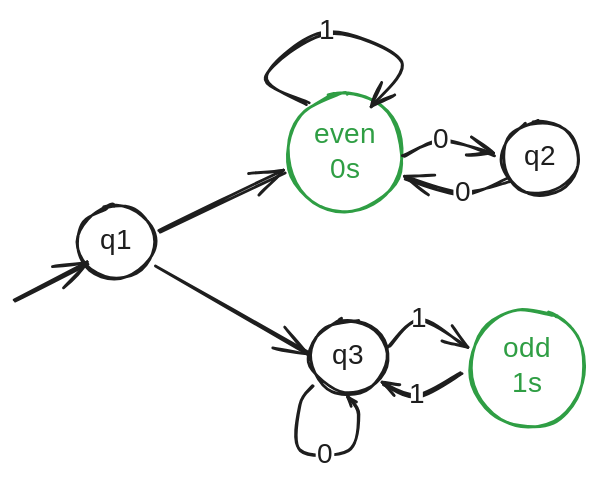
The Excalidraw diagram notes/media/nfa-2.excalidraw.svg in vk-cs-foundations-fall-25/shared-notes, before a commit. Source tidied: one line per element, renumbered; positions are measured from the earlier drawing's top-left corner, leaving out a move shared by most shapes.
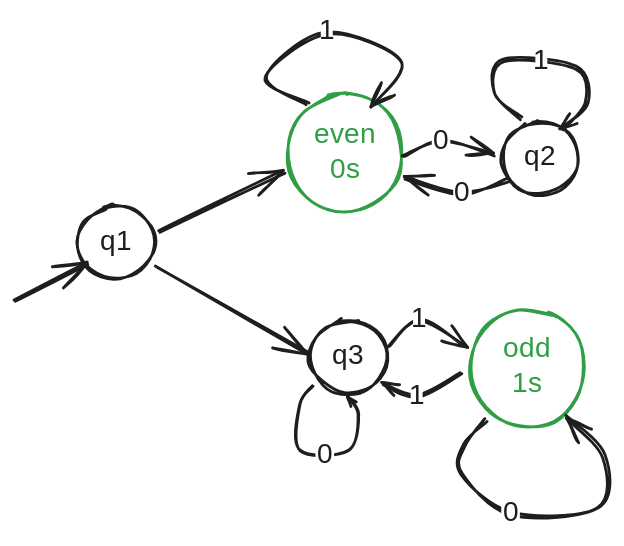
Above is the later version.

Commit message:
Fix bug in an NFA example

What changed in the source:
```diff
@@ -23,3 +23,7 @@
 {"id": 22, "type": "arrow", "strokeColor": "#1e1e1e", "strokeWidth": 2, "roughness": 1, "endArrowhead": "arrow", "round": true, "from": 0, "to": 4, "x": 102, "y": 180, "width": 107, "height": 61, "points": [[0, 0], [107, 61]]}
 {"id": 23, "type": "arrow", "strokeColor": "#1e1e1e", "strokeWidth": 2, "roughness": 1, "endArrowhead": "arrow", "round": true, "from": 4, "to": 4, "x": 214, "y": 265, "width": 42, "height": 46, "points": [[0, 0], [-9, 14], [-9, 46], [26, 46], [33, 21], [26, 8]]}
 {"id": 24, "type": "text", "text": "0", "strokeColor": "#1e1e1e", "strokeWidth": 2, "roughness": 1, "fontSize": 20, "fontFamily": 5, "textAlign": "center", "verticalAlign": "middle", "inside": 23, "x": 216, "y": 303, "width": 13, "height": 25}
+{"id": 25, "type": "arrow", "strokeColor": "#1e1e1e", "strokeWidth": 2, "roughness": 1, "endArrowhead": "arrow", "round": true, "from": 2, "to": 2, "x": 362, "y": 75, "width": 65, "height": 49, "points": [[0, 0], [-19, -18], [-11, -42], [39, -36], [46, -12], [30, 8]]}
+{"id": 26, "type": "text", "text": "1", "strokeColor": "#1e1e1e", "strokeWidth": 2, "roughness": 1, "fontSize": 20, "fontFamily": 5, "textAlign": "center", "verticalAlign": "middle", "inside": 25, "x": 373, "y": 21, "width": 9, "height": 25}
+{"id": 27, "type": "arrow", "strokeColor": "#1e1e1e", "strokeWidth": 2, "roughness": 1, "endArrowhead": "arrow", "round": true, "from": 8, "to": 8, "x": 338, "y": 290, "width": 101, "height": 70, "points": [[0, 0], [-16, 18], [-17, 39], [17, 67], [81, 62], [84, 25], [57, -3]]}
+{"id": 28, "type": "text", "text": "0", "strokeColor": "#1e1e1e", "strokeWidth": 2, "roughness": 1, "fontSize": 20, "fontFamily": 5, "textAlign": "center", "verticalAlign": "middle", "inside": 27, "x": 348, "y": 345, "width": 13, "height": 25}
```
